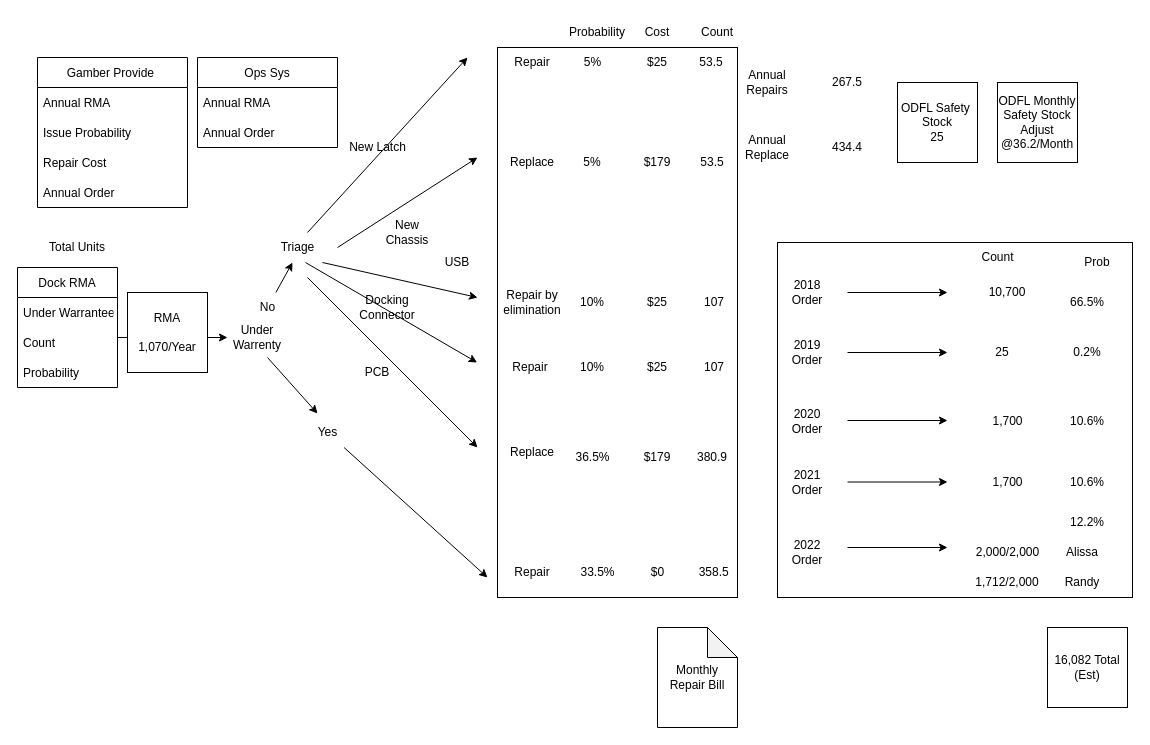
Above: Gamber Replacement Latice.drawio in RustyTruck/plc4trucksduck (draw.io), before the change. Source tidied: cells renumbered, new cells numbered last; positions are measured from the earlier drawing's top-left corner, leaving out a move shared by most shapes. Both pictures are drawn from the tidied source at 100%, with x=0, y=0 at pixel (17, 17).
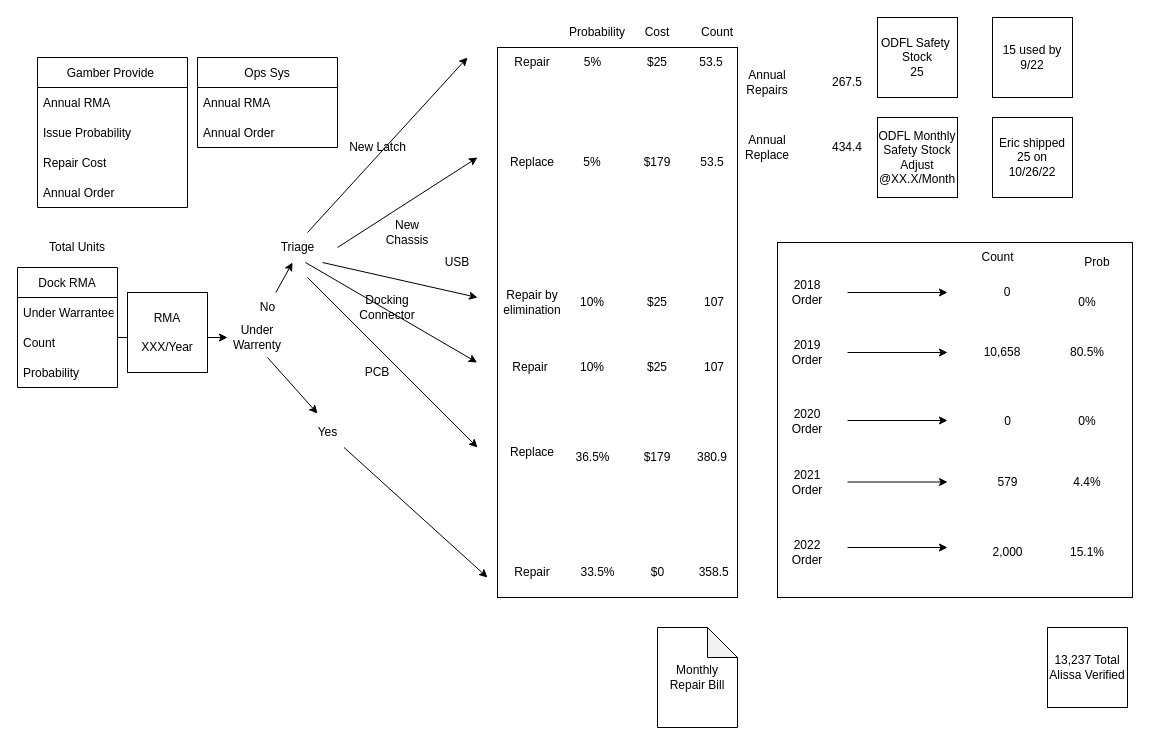
After the change.

Commit message:
Update Gamber Replacement Lattice.drawio

Change to the diagram source:
```diff
@@
-    <mxCell id="33" value="10,700" style="text;html=1;strokeColor=none;fillColor=none;align=center;verticalAlign=middle;whiteSpace=wrap;rounded=0;" parent="1" vertex="1">
+    <mxCell id="33" value="0" style="text;html=1;strokeColor=none;fillColor=none;align=center;verticalAlign=middle;whiteSpace=wrap;rounded=0;" parent="1" vertex="1">
       <mxGeometry x="960" y="260" width="60" height="30" as="geometry" />
     </mxCell>
@@
-    <mxCell id="36" value="25" style="text;html=1;strokeColor=none;fillColor=none;align=center;verticalAlign=middle;whiteSpace=wrap;rounded=0;" parent="1" vertex="1">
+    <mxCell id="36" value="10,658" style="text;html=1;strokeColor=none;fillColor=none;align=center;verticalAlign=middle;whiteSpace=wrap;rounded=0;" parent="1" vertex="1">
       <mxGeometry x="955" y="320" width="60" height="30" as="geometry" />
     </mxCell>
@@
-    <mxCell id="42" value="1,700" style="text;html=1;align=center;verticalAlign=middle;strokeColor=none;fillColor=none;" parent="1" vertex="1">
-      <mxGeometry x="965" y="450" width="50" height="30" as="geometry" />
+    <mxCell id="42" value="579" style="text;html=1;align=center;verticalAlign=middle;strokeColor=none;fillColor=none;" parent="1" vertex="1">
+      <mxGeometry x="970" y="450" width="40" height="30" as="geometry" />
     </mxCell>
-    <mxCell id="43" value="2,000/2,000" style="text;html=1;align=center;verticalAlign=middle;strokeColor=none;fillColor=none;" parent="1" vertex="1">
-      <mxGeometry x="945" y="520" width="90" height="30" as="geometry" />
+    <mxCell id="43" value="2,000" style="text;html=1;align=center;verticalAlign=middle;strokeColor=none;fillColor=none;" parent="1" vertex="1">
+      <mxGeometry x="965" y="520" width="50" height="30" as="geometry" />
     </mxCell>
@@
-    <mxCell id="45" value="1,700" style="text;html=1;align=center;verticalAlign=middle;strokeColor=none;fillColor=none;" parent="1" vertex="1">
-      <mxGeometry x="965" y="389" width="50" height="30" as="geometry" />
+    <mxCell id="45" value="0" style="text;html=1;align=center;verticalAlign=middle;strokeColor=none;fillColor=none;" parent="1" vertex="1">
+      <mxGeometry x="975" y="389" width="30" height="30" as="geometry" />
     </mxCell>
@@
-    <mxCell id="58" value="RMA&lt;br&gt;&lt;br&gt;1,070/Year" style="whiteSpace=wrap;html=1;" parent="1" vertex="1">
+    <mxCell id="58" value="RMA&lt;br&gt;&lt;br&gt;XXX/Year" style="whiteSpace=wrap;html=1;" parent="1" vertex="1">
       <mxGeometry x="110" y="275" width="80" height="80" as="geometry" />
     </mxCell>
@@
-    <mxCell id="63" value="Alissa" style="text;html=1;strokeColor=none;fillColor=none;align=center;verticalAlign=middle;whiteSpace=wrap;rounded=0;" parent="1" vertex="1">
-      <mxGeometry x="1035" y="520" width="60" height="30" as="geometry" />
-    </mxCell>
-    <mxCell id="64" value="1,712/2,000" style="text;html=1;strokeColor=none;fillColor=none;align=center;verticalAlign=middle;whiteSpace=wrap;rounded=0;" parent="1" vertex="1">
-      <mxGeometry x="960" y="550" width="60" height="30" as="geometry" />
-    </mxCell>
-    <mxCell id="65" value="Randy" style="text;html=1;strokeColor=none;fillColor=none;align=center;verticalAlign=middle;whiteSpace=wrap;rounded=0;" parent="1" vertex="1">
-      <mxGeometry x="1035" y="550" width="60" height="30" as="geometry" />
-    </mxCell>
@@
     <mxCell id="79" value="ODFL Safety&amp;nbsp; Stock&lt;br&gt;25" style="whiteSpace=wrap;html=1;" parent="1" vertex="1">
-      <mxGeometry x="880" y="65" width="80" height="80" as="geometry" />
+      <mxGeometry x="860" width="80" height="80" as="geometry" />
     </mxCell>
-    <mxCell id="80" value="16,082 Total&lt;br&gt;(Est)" style="whiteSpace=wrap;html=1;" parent="1" vertex="1">
+    <mxCell id="80" value="13,237 Total&lt;br&gt;Alissa Verified" style="whiteSpace=wrap;html=1;" parent="1" vertex="1">
       <mxGeometry x="1030" y="610" width="80" height="80" as="geometry" />
     </mxCell>
@@
-    <mxCell id="83" value="66.5%" style="text;html=1;strokeColor=none;fillColor=none;align=center;verticalAlign=middle;whiteSpace=wrap;rounded=0;" parent="1" vertex="1">
+    <mxCell id="83" value="0%" style="text;html=1;strokeColor=none;fillColor=none;align=center;verticalAlign=middle;whiteSpace=wrap;rounded=0;" parent="1" vertex="1">
       <mxGeometry x="1040" y="270" width="60" height="30" as="geometry" />
     </mxCell>
-    <mxCell id="84" value="0.2%" style="text;html=1;strokeColor=none;fillColor=none;align=center;verticalAlign=middle;whiteSpace=wrap;rounded=0;" parent="1" vertex="1">
+    <mxCell id="84" value="80.5%" style="text;html=1;strokeColor=none;fillColor=none;align=center;verticalAlign=middle;whiteSpace=wrap;rounded=0;" parent="1" vertex="1">
       <mxGeometry x="1040" y="320" width="60" height="30" as="geometry" />
     </mxCell>
-    <mxCell id="85" value="10.6%" style="text;html=1;strokeColor=none;fillColor=none;align=center;verticalAlign=middle;whiteSpace=wrap;rounded=0;" parent="1" vertex="1">
+    <mxCell id="85" value="0%" style="text;html=1;strokeColor=none;fillColor=none;align=center;verticalAlign=middle;whiteSpace=wrap;rounded=0;" parent="1" vertex="1">
       <mxGeometry x="1040" y="389" width="60" height="30" as="geometry" />
     </mxCell>
-    <mxCell id="86" value="10.6%" style="text;html=1;strokeColor=none;fillColor=none;align=center;verticalAlign=middle;whiteSpace=wrap;rounded=0;" parent="1" vertex="1">
+    <mxCell id="86" value="4.4%" style="text;html=1;strokeColor=none;fillColor=none;align=center;verticalAlign=middle;whiteSpace=wrap;rounded=0;" parent="1" vertex="1">
       <mxGeometry x="1040" y="450" width="60" height="30" as="geometry" />
     </mxCell>
-    <mxCell id="87" value="12.2%" style="text;html=1;strokeColor=none;fillColor=none;align=center;verticalAlign=middle;whiteSpace=wrap;rounded=0;" parent="1" vertex="1">
-      <mxGeometry x="1040" y="490" width="60" height="30" as="geometry" />
+    <mxCell id="87" value="15.1%" style="text;html=1;strokeColor=none;fillColor=none;align=center;verticalAlign=middle;whiteSpace=wrap;rounded=0;" parent="1" vertex="1">
+      <mxGeometry x="1040" y="520" width="60" height="30" as="geometry" />
     </mxCell>
@@
-    <mxCell id="97" value="ODFL Monthly Safety Stock Adjust @36.2/Month" style="whiteSpace=wrap;html=1;" parent="1" vertex="1">
-      <mxGeometry x="980" y="65" width="80" height="80" as="geometry" />
+    <mxCell id="97" value="ODFL Monthly Safety Stock Adjust @XX.X/Month" style="whiteSpace=wrap;html=1;" parent="1" vertex="1">
+      <mxGeometry x="860" y="100" width="80" height="80" as="geometry" />
     </mxCell>
+    <mxCell id="98" value="15 used by 9/22" style="whiteSpace=wrap;html=1;" parent="1" vertex="1">
+      <mxGeometry x="975" width="80" height="80" as="geometry" />
+    </mxCell>
+    <mxCell id="99" value="Eric shipped 25 on 10/26/22" style="whiteSpace=wrap;html=1;" parent="1" vertex="1">
+      <mxGeometry x="975" y="100" width="80" height="80" as="geometry" />
+    </mxCell>
```
